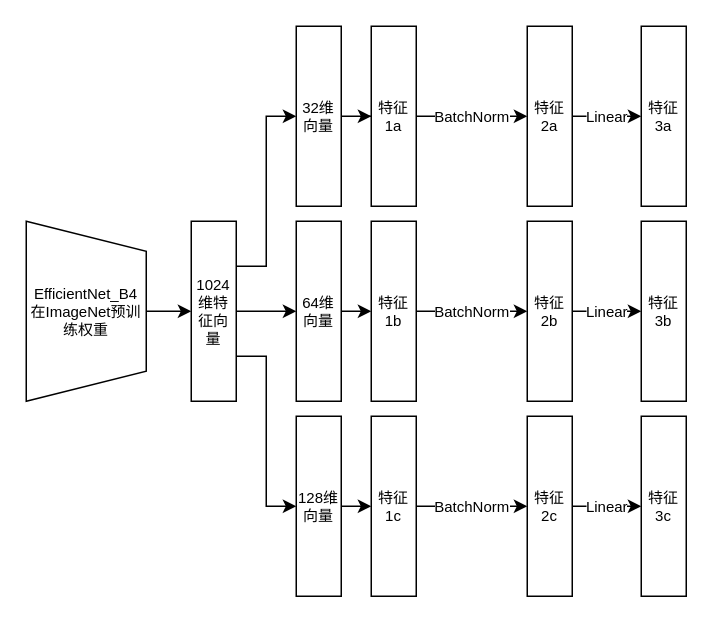
Above: train.drawio in foreignbill/drawio (draw.io), before the change. Source tidied: cells renumbered, new cells numbered last; positions are measured from the earlier drawing's top-left corner, leaving out a move shared by most shapes. Both pictures are drawn from the tidied source at 150%, with x=0, y=0 at pixel (-4, 26).
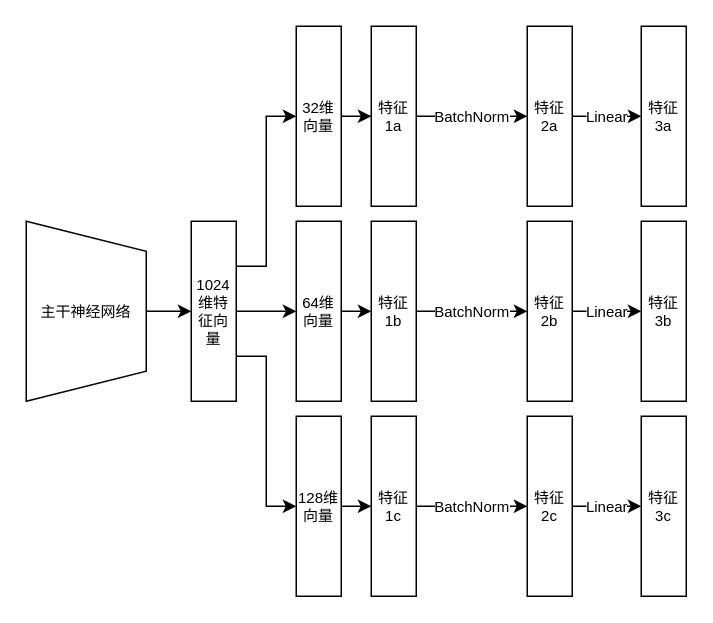
The same page after the edit.

Diff of the diagram source:
```diff
@@
-    <mxCell id="3" value="EfficientNet_B4在ImageNet预训练权重" style="shape=trapezoid;perimeter=trapezoidPerimeter;whiteSpace=wrap;html=1;fixedSize=1;rotation=90;align=center;textDirection=rtl;horizontal=0;labelBackgroundColor=none;fontSize=10;" parent="1" vertex="1">
+    <mxCell id="3" value="主干神经网络" style="shape=trapezoid;perimeter=trapezoidPerimeter;whiteSpace=wrap;html=1;fixedSize=1;rotation=90;align=center;textDirection=rtl;horizontal=0;labelBackgroundColor=none;fontSize=10;" parent="1" vertex="1">
       <mxGeometry y="150" width="120" height="80" as="geometry" />
     </mxCell>
```
